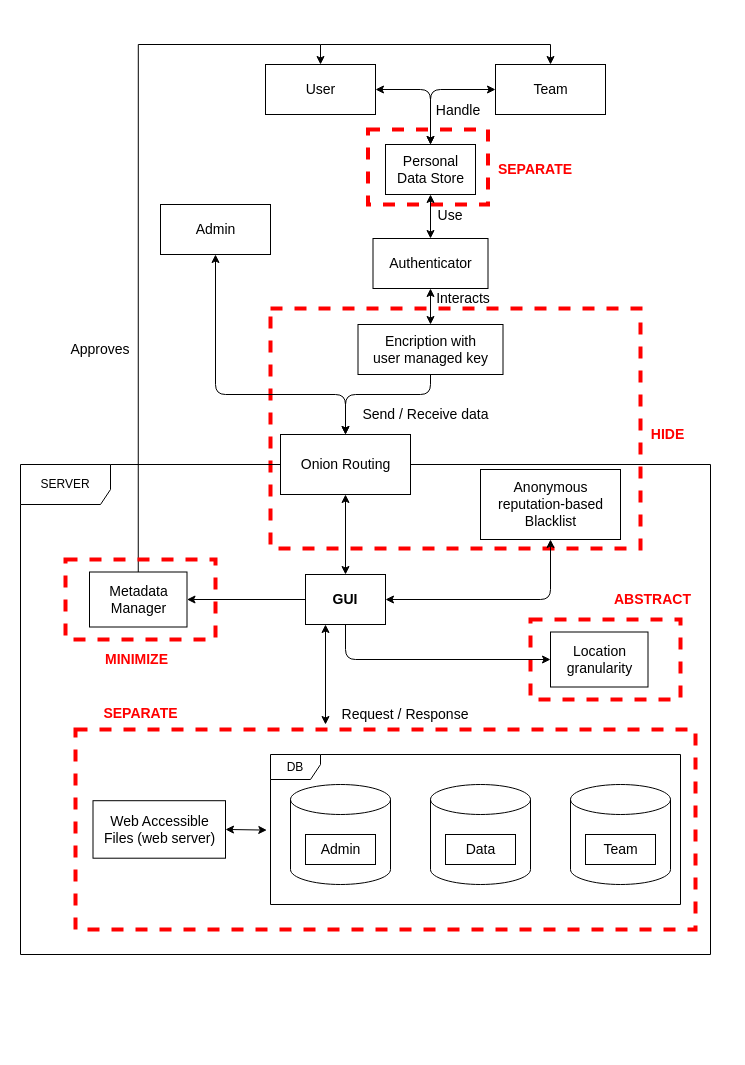
This is page "Data Oriented" (1 of 2) of Design diagrams.drawio from pegasusgio/Civic-Sense, a draw.io file, before an edit. Source tidied: cells renumbered, new cells numbered last; positions are measured from the earlier drawing's top-left corner, leaving out a move shared by most shapes. Both pictures are drawn from the tidied source at 100%, with x=0, y=0 at pixel (20, 44).
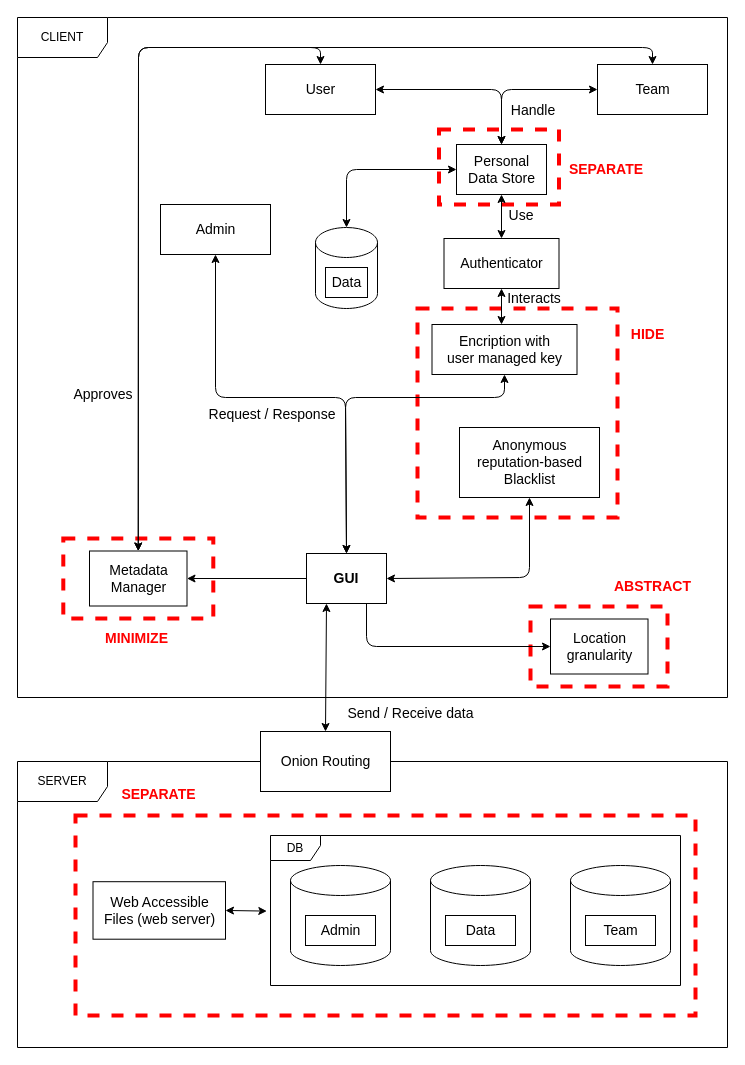
After the change.

Commit message (it also covers changes not shown here):
Modified Data Oriented Process, added Client Side

Unchanged cells that the change refers to:
```xml
<mxCell id="17" value="&lt;font style=&quot;font-size: 14px&quot;&gt;User&lt;/font&gt;" style="html=1;" parent="1" vertex="1">
  <mxGeometry x="245" y="20" width="110" height="50" as="geometry" />
</mxCell>
<mxCell id="21" value="&lt;font style=&quot;font-size: 14px&quot;&gt;Admin&lt;/font&gt;" style="html=1;" parent="1" vertex="1">
  <mxGeometry x="140" y="160" width="110" height="50" as="geometry" />
</mxCell>
```

What changed in the source:
```diff
@@
+    <mxCell id="45" value="DB" style="shape=umlFrame;whiteSpace=wrap;html=1;width=50;height=25;" parent="1" vertex="1">
+      <mxGeometry x="250" y="791" width="410" height="150" as="geometry" />
+    </mxCell>
+    <mxCell id="5" value="SERVER" style="shape=umlFrame;whiteSpace=wrap;html=1;width=90;height=40;" parent="1" vertex="1">
+      <mxGeometry x="-3" y="717" width="710" height="286" as="geometry" />
+    </mxCell>
+    <mxCell id="54" value="CLIENT" style="shape=umlFrame;whiteSpace=wrap;html=1;width=90;height=40;" parent="1" vertex="1">
+      <mxGeometry x="-3" y="-27" width="710" height="680" as="geometry" />
+    </mxCell>
+    <mxCell id="36" style="html=1;whiteSpace=wrap;fontSize=12;fontStyle=0;verticalAlign=top;align=center;dashed=1;spacingTop=3;strokeWidth=4;fillColor=none;strokeColor=#FF0000;" parent="1" vertex="1">
+      <mxGeometry x="42.8" y="494" width="150" height="80" as="geometry" />
+    </mxCell>
     <mxCell id="2" style="html=1;whiteSpace=wrap;fontSize=12;fontStyle=0;verticalAlign=top;align=center;dashed=1;spacingTop=3;strokeWidth=4;fillColor=none;strokeColor=#FF0000;" parent="1" vertex="1">
-      <mxGeometry x="55" y="685" width="620" height="200" as="geometry" />
+      <mxGeometry x="55" y="771" width="620" height="200" as="geometry" />
     </mxCell>
     <mxCell id="3" style="html=1;whiteSpace=wrap;fontSize=12;fontStyle=0;verticalAlign=top;align=center;dashed=1;spacingTop=3;strokeWidth=4;fillColor=none;strokeColor=#FF0000;" parent="1" vertex="1">
-      <mxGeometry x="250" y="264" width="370" height="240" as="geometry" />
+      <mxGeometry x="397" y="264" width="200" height="209" as="geometry" />
     </mxCell>
     <mxCell id="4" style="html=1;whiteSpace=wrap;fontSize=12;fontStyle=0;verticalAlign=top;align=center;dashed=1;spacingTop=3;strokeWidth=4;fillColor=none;strokeColor=#FF0000;" parent="1" vertex="1">
-      <mxGeometry x="347.5" y="85" width="120" height="75" as="geometry" />
+      <mxGeometry x="418.5" y="85" width="120" height="75" as="geometry" />
     </mxCell>
-    <mxCell id="5" value="SERVER" style="shape=umlFrame;whiteSpace=wrap;html=1;width=90;height=40;" parent="1" vertex="1">
-      <mxGeometry y="420" width="690" height="490" as="geometry" />
-    </mxCell>
     <mxCell id="6" style="shape=cylinder3;whiteSpace=wrap;html=1;boundedLbl=1;backgroundOutline=1;size=15;" parent="1" vertex="1">
-      <mxGeometry x="270" y="740" width="100" height="100" as="geometry" />
+      <mxGeometry x="270" y="821" width="100" height="100" as="geometry" />
     </mxCell>
     <mxCell id="7" value="&lt;font style=&quot;font-size: 14px&quot;&gt;Team&lt;/font&gt;" style="html=1;" parent="1" vertex="1">
-      <mxGeometry x="475" y="20" width="110" height="50" as="geometry" />
+      <mxGeometry x="577" y="20" width="110" height="50" as="geometry" />
     </mxCell>
-    <mxCell id="8" value="&lt;font style=&quot;font-size: 14px&quot;&gt;Onion Routing&lt;/font&gt;" style="html=1;" parent="1" vertex="1">
-      <mxGeometry x="260" y="390" width="130" height="60" as="geometry" />
-    </mxCell>
     <mxCell id="9" style="shape=cylinder3;whiteSpace=wrap;html=1;boundedLbl=1;backgroundOutline=1;size=15;" parent="1" vertex="1">
-      <mxGeometry x="550" y="740" width="100" height="100" as="geometry" />
+      <mxGeometry x="550" y="821" width="100" height="100" as="geometry" />
     </mxCell>
     <mxCell id="10" value="&lt;font style=&quot;font-size: 14px&quot;&gt;Admin&lt;/font&gt;" style="html=1;" parent="1" vertex="1">
-      <mxGeometry x="285" y="790" width="70" height="30" as="geometry" />
+      <mxGeometry x="285" y="871" width="70" height="30" as="geometry" />
     </mxCell>
     <mxCell id="11" style="shape=cylinder3;whiteSpace=wrap;html=1;boundedLbl=1;backgroundOutline=1;size=15;" parent="1" vertex="1">
-      <mxGeometry x="410" y="740" width="100" height="100" as="geometry" />
+      <mxGeometry x="410" y="821" width="100" height="100" as="geometry" />
     </mxCell>
     <mxCell id="12" value="&lt;font style=&quot;font-size: 14px&quot;&gt;Data&lt;/font&gt;" style="html=1;" parent="1" vertex="1">
-      <mxGeometry x="425" y="790" width="70" height="30" as="geometry" />
+      <mxGeometry x="425" y="871" width="70" height="30" as="geometry" />
     </mxCell>
     <mxCell id="13" value="&lt;font style=&quot;font-size: 14px&quot;&gt;Team&lt;/font&gt;" style="html=1;" parent="1" vertex="1">
-      <mxGeometry x="565" y="790" width="70" height="30" as="geometry" />
+      <mxGeometry x="565" y="871" width="70" height="30" as="geometry" />
     </mxCell>
     <mxCell id="14" value="&lt;font style=&quot;font-size: 14px&quot;&gt;Personal&lt;br&gt;Data Store&lt;/font&gt;" style="html=1;" parent="1" vertex="1">
-      <mxGeometry x="365" y="100" width="90" height="50" as="geometry" />
+      <mxGeometry x="436" y="100" width="90" height="50" as="geometry" />
     </mxCell>
     <mxCell id="15" value="&lt;font style=&quot;font-size: 14px&quot;&gt;Handle&lt;/font&gt;" style="text;html=1;strokeColor=none;fillColor=none;align=center;verticalAlign=middle;whiteSpace=wrap;rounded=0;" parent="1" vertex="1">
-      <mxGeometry x="418" y="56" width="40" height="20" as="geometry" />
+      <mxGeometry x="493" y="56" width="40" height="20" as="geometry" />
     </mxCell>
     <mxCell id="16" value="&lt;font style=&quot;font-size: 14px&quot;&gt;Anonymous&lt;br&gt;reputation-based&lt;br&gt;Blacklist&lt;/font&gt;" style="html=1;" parent="1" vertex="1">
-      <mxGeometry x="460" y="425" width="140" height="70" as="geometry" />
+      <mxGeometry x="439" y="383" width="140" height="70" as="geometry" />
     </mxCell>
@@
     <mxCell id="19" value="&lt;font style=&quot;font-size: 14px&quot;&gt;&lt;b&gt;GUI&lt;/b&gt;&lt;/font&gt;" style="rounded=0;whiteSpace=wrap;html=1;" parent="1" vertex="1">
-      <mxGeometry x="285" y="530" width="80" height="50" as="geometry" />
+      <mxGeometry x="286" y="509" width="80" height="50" as="geometry" />
     </mxCell>
     <mxCell id="20" value="&lt;font style=&quot;font-size: 14px&quot;&gt;Use&lt;/font&gt;" style="text;html=1;strokeColor=none;fillColor=none;align=center;verticalAlign=middle;whiteSpace=wrap;rounded=0;" parent="1" vertex="1">
-      <mxGeometry x="410" y="161" width="40" height="20" as="geometry" />
+      <mxGeometry x="481" y="161" width="40" height="20" as="geometry" />
     </mxCell>
@@
     <mxCell id="22" value="&lt;span style=&quot;font-size: 14px&quot;&gt;Authenticator&lt;/span&gt;" style="html=1;" parent="1" vertex="1">
-      <mxGeometry x="352.5" y="194" width="115" height="50" as="geometry" />
+      <mxGeometry x="423.5" y="194" width="115" height="50" as="geometry" />
     </mxCell>
     <mxCell id="23" value="&lt;font style=&quot;font-size: 14px&quot;&gt;Interacts&lt;/font&gt;" style="text;html=1;strokeColor=none;fillColor=none;align=center;verticalAlign=middle;whiteSpace=wrap;rounded=0;" parent="1" vertex="1">
-      <mxGeometry x="402.5" y="244" width="80" height="20" as="geometry" />
+      <mxGeometry x="473.5" y="244" width="80" height="20" as="geometry" />
     </mxCell>
     <mxCell id="24" value="&lt;font color=&quot;#ff0000&quot; size=&quot;1&quot;&gt;&lt;b style=&quot;font-size: 14px&quot;&gt;HIDE&lt;/b&gt;&lt;/font&gt;" style="text;html=1;strokeColor=none;fillColor=none;align=center;verticalAlign=middle;whiteSpace=wrap;rounded=0;dashed=1;" parent="1" vertex="1">
-      <mxGeometry x="620" y="380" width="55" height="20" as="geometry" />
+      <mxGeometry x="600" y="280" width="55" height="20" as="geometry" />
     </mxCell>
     <mxCell id="25" value="&lt;font color=&quot;#ff0000&quot; size=&quot;1&quot;&gt;&lt;b style=&quot;font-size: 14px&quot;&gt;ABSTRACT&lt;/b&gt;&lt;/font&gt;" style="text;html=1;strokeColor=none;fillColor=none;align=center;verticalAlign=middle;whiteSpace=wrap;rounded=0;dashed=1;" parent="1" vertex="1">
-      <mxGeometry x="585" y="545" width="95" height="20" as="geometry" />
+      <mxGeometry x="585" y="532" width="95" height="20" as="geometry" />
     </mxCell>
     <mxCell id="26" value="&lt;font color=&quot;#ff0000&quot; size=&quot;1&quot;&gt;&lt;b style=&quot;font-size: 14px&quot;&gt;SEPARATE&lt;/b&gt;&lt;/font&gt;" style="text;html=1;strokeColor=none;fillColor=none;align=center;verticalAlign=middle;whiteSpace=wrap;rounded=0;dashed=1;" parent="1" vertex="1">
-      <mxGeometry x="480" y="115" width="70" height="20" as="geometry" />
+      <mxGeometry x="551" y="115" width="70" height="20" as="geometry" />
     </mxCell>
     <mxCell id="27" value="&lt;font style=&quot;font-size: 14px&quot;&gt;Encription with&lt;br&gt;user managed key&lt;/font&gt;" style="html=1;" parent="1" vertex="1">
-      <mxGeometry x="337.5" y="280" width="145" height="50" as="geometry" />
+      <mxGeometry x="411.5" y="280" width="145" height="50" as="geometry" />
     </mxCell>
     <mxCell id="28" style="html=1;whiteSpace=wrap;fontSize=12;fontStyle=0;verticalAlign=top;align=center;dashed=1;spacingTop=3;strokeWidth=4;fillColor=none;strokeColor=#FF0000;" parent="1" vertex="1">
-      <mxGeometry x="510" y="575" width="150" height="80" as="geometry" />
+      <mxGeometry x="510" y="562" width="137" height="80" as="geometry" />
     </mxCell>
     <mxCell id="29" value="&lt;span style=&quot;font-size: 14px&quot;&gt;Location&lt;br&gt;granularity&lt;/span&gt;" style="html=1;" parent="1" vertex="1">
-      <mxGeometry x="530" y="587.5" width="97.5" height="55" as="geometry" />
+      <mxGeometry x="530" y="574.5" width="97.5" height="55" as="geometry" />
     </mxCell>
-    <mxCell id="30" style="endArrow=classic;startArrow=classic;html=1;entryX=0.5;entryY=1;entryDx=0;entryDy=0;exitX=0.5;exitY=0;exitDx=0;exitDy=0;" parent="1" edge="1" source="19" target="8">
-      <mxGeometry relative="1" as="geometry" />
-    </mxCell>
-    <mxCell id="31" style="endArrow=classic;startArrow=classic;html=1;entryX=0.5;entryY=1;entryDx=0;entryDy=0;exitX=1;exitY=0.5;exitDx=0;exitDy=0;" parent="1" edge="1" source="19" target="16">
-      <mxGeometry relative="1" as="geometry">
-        <Array as="points">
-          <mxPoint x="530" y="555" />
-        </Array>
-      </mxGeometry>
-    </mxCell>
-    <mxCell id="32" style="edgeStyle=orthogonalEdgeStyle;rounded=0;jettySize=auto;html=1;exitX=0.5;exitY=0;exitDx=0;exitDy=0;entryX=0.5;entryY=0;entryDx=0;entryDy=0;" parent="1" edge="1" source="33" target="17">
-      <mxGeometry relative="1" as="geometry">
-        <Array as="points">
-          <mxPoint x="118" />
-          <mxPoint x="300" />
-        </Array>
-      </mxGeometry>
-    </mxCell>
     <mxCell id="33" value="&lt;span style=&quot;font-size: 14px&quot;&gt;Metadata&lt;br&gt;Manager&lt;br&gt;&lt;/span&gt;" style="html=1;" parent="1" vertex="1">
-      <mxGeometry x="69" y="527.5" width="97.5" height="55" as="geometry" />
+      <mxGeometry x="69" y="506.5" width="97.5" height="55" as="geometry" />
     </mxCell>
-    <mxCell id="34" style="endArrow=none;html=1;" parent="1" edge="1">
-      <mxGeometry relative="1" as="geometry">
-        <mxPoint x="530" as="sourcePoint" />
-        <mxPoint x="300" as="targetPoint" />
-      </mxGeometry>
-    </mxCell>
-    <mxCell id="35" style="endArrow=classic;html=1;entryX=0.5;entryY=0;entryDx=0;entryDy=0;" parent="1" edge="1" target="7">
-      <mxGeometry relative="1" as="geometry">
-        <mxPoint x="530" as="sourcePoint" />
-      </mxGeometry>
-    </mxCell>
-    <mxCell id="36" style="html=1;whiteSpace=wrap;fontSize=12;fontStyle=0;verticalAlign=top;align=center;dashed=1;spacingTop=3;strokeWidth=4;fillColor=none;strokeColor=#FF0000;" parent="1" vertex="1">
-      <mxGeometry x="45" y="515" width="150" height="80" as="geometry" />
-    </mxCell>
     <mxCell id="37" value="&lt;font color=&quot;#ff0000&quot; size=&quot;1&quot;&gt;&lt;b style=&quot;font-size: 14px&quot;&gt;MINIMIZE&lt;/b&gt;&lt;/font&gt;" style="text;html=1;strokeColor=none;fillColor=none;align=center;verticalAlign=middle;whiteSpace=wrap;rounded=0;dashed=1;" parent="1" vertex="1">
-      <mxGeometry x="69" y="605" width="95" height="20" as="geometry" />
+      <mxGeometry x="69" y="584" width="95" height="20" as="geometry" />
     </mxCell>
     <mxCell id="38" value="&lt;span style=&quot;font-size: 14px&quot;&gt;Web Accessible&lt;br&gt;Files (web server)&lt;br&gt;&lt;/span&gt;" style="html=1;" parent="1" vertex="1">
-      <mxGeometry x="72.5" y="756.2" width="132.5" height="57.5" as="geometry" />
+      <mxGeometry x="72.5" y="837.2" width="132.5" height="57.5" as="geometry" />
     </mxCell>
-    <mxCell id="39" style="endArrow=classic;html=1;exitX=0.5;exitY=1;exitDx=0;exitDy=0;entryX=0;entryY=0.5;entryDx=0;entryDy=0;" parent="1" edge="1" source="19" target="29">
+    <mxCell id="39" style="endArrow=classic;html=1;exitX=0.75;exitY=1;exitDx=0;exitDy=0;entryX=0;entryY=0.5;entryDx=0;entryDy=0;" parent="1" edge="1" source="19" target="29">
       <mxGeometry relative="1" as="geometry">
         <Array as="points">
-          <mxPoint x="325" y="615" />
+          <mxPoint x="346" y="602" />
         </Array>
       </mxGeometry>
     </mxCell>
     <mxCell id="40" value="&lt;font color=&quot;#ff0000&quot; size=&quot;1&quot;&gt;&lt;b style=&quot;font-size: 14px&quot;&gt;SEPARATE&lt;/b&gt;&lt;/font&gt;" style="text;html=1;strokeColor=none;fillColor=none;align=center;verticalAlign=middle;whiteSpace=wrap;rounded=0;dashed=1;" parent="1" vertex="1">
-      <mxGeometry x="72.5" y="659" width="95" height="20" as="geometry" />
+      <mxGeometry x="91.2" y="740" width="95" height="20" as="geometry" />
     </mxCell>
@@
     <mxCell id="42" value="&lt;span style=&quot;font-size: 14px&quot;&gt;Request / Response&lt;/span&gt;" style="text;html=1;strokeColor=none;fillColor=none;align=center;verticalAlign=middle;whiteSpace=wrap;rounded=0;" parent="1" vertex="1">
-      <mxGeometry x="310" y="660" width="150" height="20" as="geometry" />
+      <mxGeometry x="177" y="360" width="150" height="20" as="geometry" />
     </mxCell>
     <mxCell id="43" value="&lt;font style=&quot;font-size: 14px&quot;&gt;Approves&lt;/font&gt;" style="text;html=1;strokeColor=none;fillColor=none;align=center;verticalAlign=middle;whiteSpace=wrap;rounded=0;" parent="1" vertex="1">
-      <mxGeometry x="40" y="295" width="80" height="20" as="geometry" />
+      <mxGeometry x="42.8" y="340" width="80" height="20" as="geometry" />
     </mxCell>
-    <mxCell id="44" style="endArrow=classic;startArrow=classic;html=1;entryX=0.25;entryY=1;entryDx=0;entryDy=0;" parent="1" edge="1" target="19">
-      <mxGeometry relative="1" as="geometry">
-        <mxPoint x="305" y="680" as="sourcePoint" />
-      </mxGeometry>
+    <mxCell id="44" style="endArrow=classic;startArrow=classic;html=1;entryX=0.25;entryY=1;entryDx=0;entryDy=0;exitX=0.5;exitY=0;exitDx=0;exitDy=0;" parent="1" edge="1" source="8" target="19">
+      <mxGeometry relative="1" as="geometry" />
     </mxCell>
-    <mxCell id="45" value="DB" style="shape=umlFrame;whiteSpace=wrap;html=1;width=50;height=25;" parent="1" vertex="1">
-      <mxGeometry x="250" y="710" width="410" height="150" as="geometry" />
-    </mxCell>
@@
-    <mxCell id="47" style="endArrow=classic;startArrow=classic;html=1;entryX=0.5;entryY=1;entryDx=0;entryDy=0;exitX=0.5;exitY=0;exitDx=0;exitDy=0;" parent="1" edge="1" source="8" target="21">
+    <mxCell id="47" style="endArrow=classic;startArrow=classic;html=1;entryX=0.5;entryY=1;entryDx=0;entryDy=0;exitX=0.5;exitY=0;exitDx=0;exitDy=0;" parent="1" edge="1" source="19" target="21">
       <mxGeometry relative="1" as="geometry">
         <Array as="points">
-          <mxPoint x="325" y="350" />
-          <mxPoint x="195" y="350" />
+          <mxPoint x="325" y="353" />
+          <mxPoint x="195" y="353" />
         </Array>
       </mxGeometry>
     </mxCell>
     <mxCell id="48" value="&lt;font style=&quot;font-size: 14px&quot;&gt;Send / Receive data&lt;/font&gt;" style="text;html=1;strokeColor=none;fillColor=none;align=center;verticalAlign=middle;whiteSpace=wrap;rounded=0;" parent="1" vertex="1">
-      <mxGeometry x="327.5" y="360" width="155" height="20" as="geometry" />
+      <mxGeometry x="312.5" y="659" width="155" height="20" as="geometry" />
     </mxCell>
-    <mxCell id="49" style="endArrow=classic;html=1;exitX=0.5;exitY=1;exitDx=0;exitDy=0;" parent="1" edge="1" source="27">
-      <mxGeometry relative="1" as="geometry">
-        <mxPoint x="325" y="390" as="targetPoint" />
-        <Array as="points">
-          <mxPoint x="410" y="350" />
-          <mxPoint x="325" y="350" />
-        </Array>
-      </mxGeometry>
-    </mxCell>
     <mxCell id="50" style="endArrow=classic;startArrow=classic;html=1;entryX=1;entryY=0.5;entryDx=0;entryDy=0;exitX=0.5;exitY=0;exitDx=0;exitDy=0;" parent="1" edge="1" source="14" target="17">
       <mxGeometry relative="1" as="geometry">
         <Array as="points">
-          <mxPoint x="410" y="45" />
+          <mxPoint x="481" y="45" />
         </Array>
       </mxGeometry>
     </mxCell>
     <mxCell id="51" style="endArrow=classic;startArrow=classic;html=1;exitX=0;exitY=0.5;exitDx=0;exitDy=0;" parent="1" edge="1" source="7">
       <mxGeometry relative="1" as="geometry">
-        <mxPoint x="410" y="100" as="targetPoint" />
+        <mxPoint x="481" y="100" as="targetPoint" />
         <Array as="points">
-          <mxPoint x="410" y="45" />
+          <mxPoint x="481" y="45" />
         </Array>
       </mxGeometry>
     </mxCell>
@@
-    <mxCell id="53" style="endArrow=classic;startArrow=classic;html=1;entryX=0.5;entryY=1;entryDx=0;entryDy=0;exitX=0.5;exitY=0;exitDx=0;exitDy=0;" parent="1" edge="1" source="27" target="22">
-      <mxGeometry relative="1" as="geometry" />
+    <mxCell id="53" style="endArrow=classic;startArrow=classic;html=1;entryX=0.5;entryY=1;entryDx=0;entryDy=0;exitX=0.5;exitY=0;exitDx=0;exitDy=0;" parent="1" edge="1" target="22">
+      <mxGeometry relative="1" as="geometry">
+        <mxPoint x="481" y="280" as="sourcePoint" />
+      </mxGeometry>
     </mxCell>
+    <mxCell id="8" value="&lt;font style=&quot;font-size: 14px&quot;&gt;Onion Routing&lt;/font&gt;" style="html=1;" parent="1" vertex="1">
+      <mxGeometry x="240" y="687" width="130" height="60" as="geometry" />
+    </mxCell>
+    <mxCell id="55" style="endArrow=classic;startArrow=classic;html=1;exitX=0.5;exitY=0;exitDx=0;exitDy=0;entryX=0.5;entryY=0;entryDx=0;entryDy=0;" parent="1" edge="1" source="33" target="7">
+      <mxGeometry relative="1" as="geometry">
+        <Array as="points">
+          <mxPoint x="118" y="3" />
+          <mxPoint x="632" y="3" />
+        </Array>
+      </mxGeometry>
+    </mxCell>
+    <mxCell id="32" style="endArrow=classic;startArrow=classic;html=1;exitX=0.5;exitY=0;exitDx=0;exitDy=0;entryX=0.5;entryY=0;entryDx=0;entryDy=0;" parent="1" edge="1" source="33" target="17">
+      <mxGeometry relative="1" as="geometry">
+        <Array as="points">
+          <mxPoint x="118" y="3" />
+          <mxPoint x="300" y="3" />
+        </Array>
+      </mxGeometry>
+    </mxCell>
+    <mxCell id="56" style="endArrow=classic;startArrow=classic;html=1;entryX=0.5;entryY=1;entryDx=0;entryDy=0;exitX=0.5;exitY=0;exitDx=0;exitDy=0;" parent="1" edge="1" source="19" target="27">
+      <mxGeometry relative="1" as="geometry">
+        <Array as="points">
+          <mxPoint x="325" y="353" />
+          <mxPoint x="484" y="353" />
+        </Array>
+      </mxGeometry>
+    </mxCell>
+    <mxCell id="57" style="shape=cylinder3;whiteSpace=wrap;html=1;boundedLbl=1;backgroundOutline=1;size=15;" parent="1" vertex="1">
+      <mxGeometry x="295" y="183" width="62" height="81" as="geometry" />
+    </mxCell>
+    <mxCell id="58" style="endArrow=classic;startArrow=classic;html=1;entryX=0;entryY=0.5;entryDx=0;entryDy=0;exitX=0.5;exitY=0;exitDx=0;exitDy=0;exitPerimeter=0;" parent="1" edge="1" source="57" target="14">
+      <mxGeometry relative="1" as="geometry">
+        <Array as="points">
+          <mxPoint x="326" y="125" />
+        </Array>
+      </mxGeometry>
+    </mxCell>
+    <mxCell id="59" value="&lt;font style=&quot;font-size: 14px&quot;&gt;Data&lt;/font&gt;" style="html=1;" parent="1" vertex="1">
+      <mxGeometry x="305" y="223" width="42" height="30" as="geometry" />
+    </mxCell>
+    <mxCell id="31" style="endArrow=classic;startArrow=classic;html=1;entryX=0.5;entryY=1;entryDx=0;entryDy=0;exitX=1;exitY=0.5;exitDx=0;exitDy=0;" parent="1" edge="1" source="19" target="16">
+      <mxGeometry relative="1" as="geometry">
+        <Array as="points">
+          <mxPoint x="509" y="533" />
+        </Array>
+      </mxGeometry>
+    </mxCell>
```
